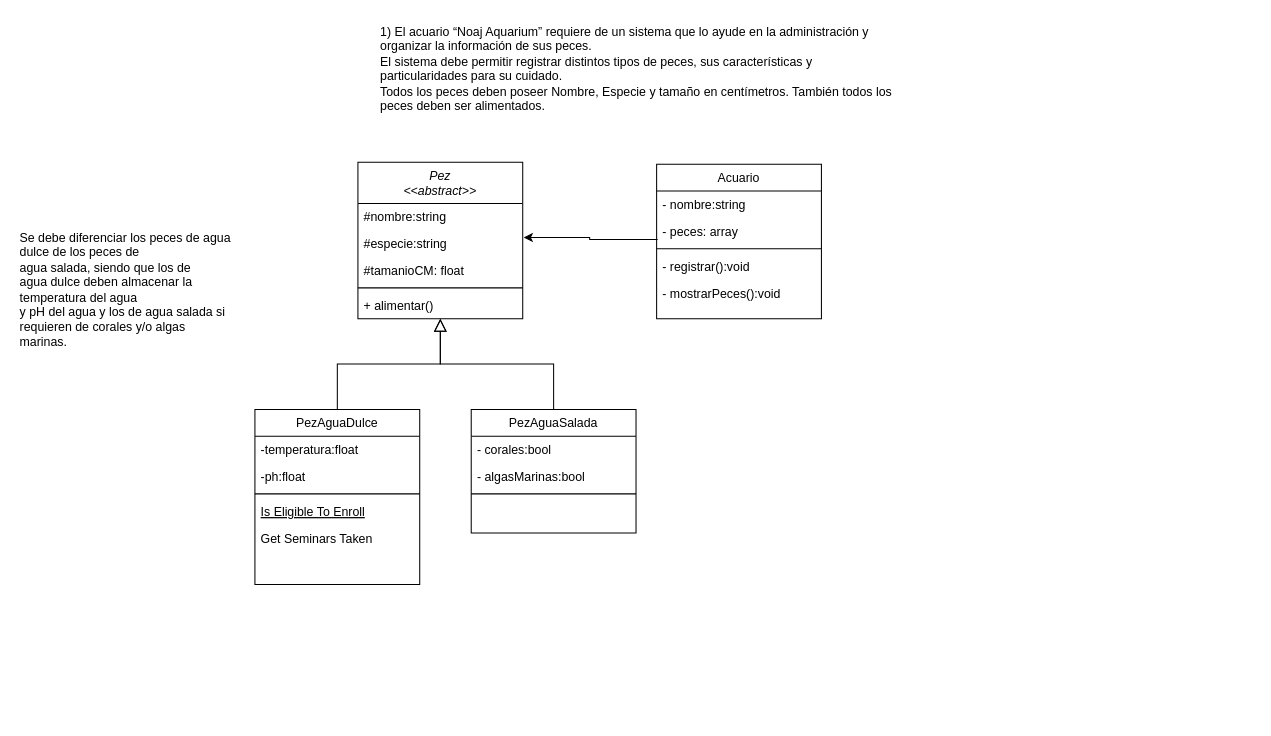
The draw.io diagram DesarrolloOrientadoObjetos/ejerciciosObligatorios6/Acuario.drawio in monick96/PracticeCsharp, before the edit. Source tidied: cells renumbered, new cells numbered last; positions are measured from the earlier drawing's top-left corner, leaving out a move shared by most shapes. Both pictures are drawn from the tidied source at 103%, with x=0, y=0 at pixel (18, 18).
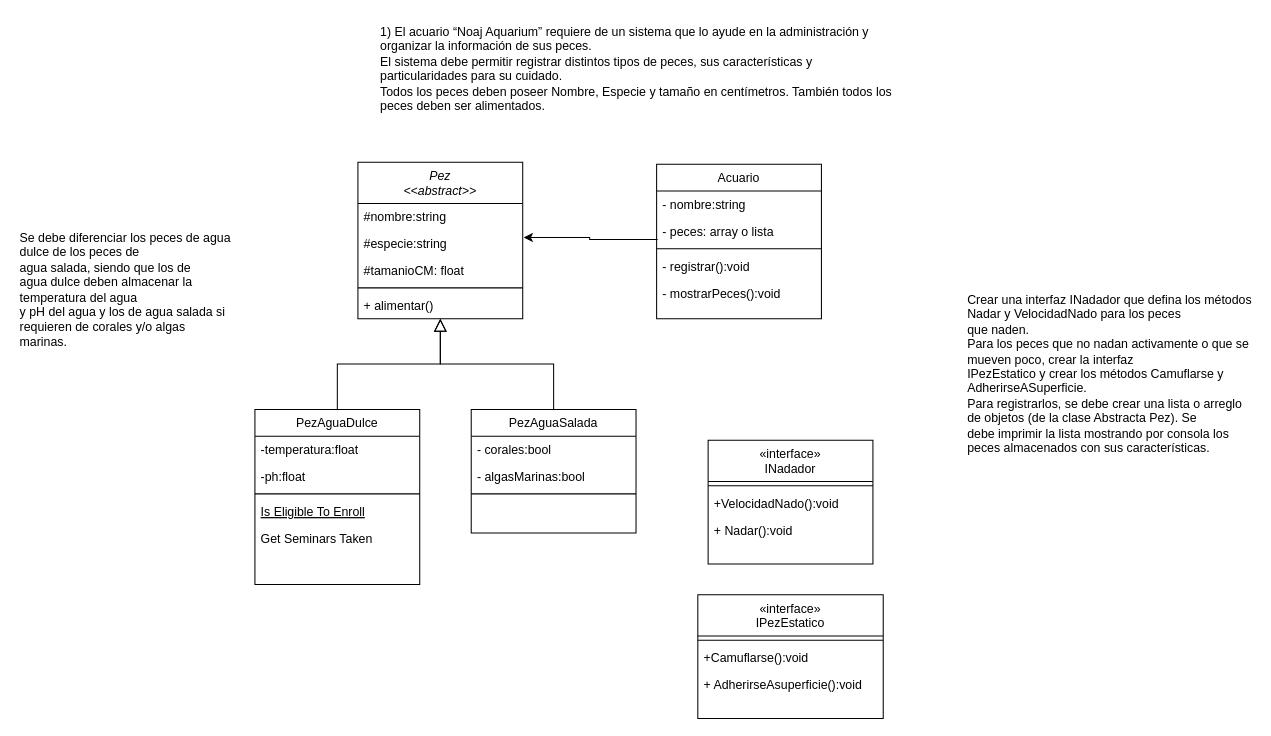
Above is the later version.

The change refers to these unchanged cells:
```xml
<mxCell id="20" value="Acuario" style="swimlane;fontStyle=0;align=center;verticalAlign=top;horizontal=1;startSize=26;rounded=0;shadow=0;strokeWidth=1;" parent="1" vertex="1">
  <mxGeometry x="620" y="142" width="160" height="150" as="geometry" />
</mxCell>
```

What changed in the source:
```diff
@@
-    <mxCell id="22" value="- peces: array" style="text;align=left;verticalAlign=top;spacingLeft=4;spacingRight=4;overflow=hidden;points=[[0,0.5],[1,0.5]];portConstraint=eastwest;rounded=0;shadow=0;html=0;" parent="20" vertex="1">
+    <mxCell id="22" value="- peces: array o lista" style="text;align=left;verticalAlign=top;spacingLeft=4;spacingRight=4;overflow=hidden;points=[[0,0.5],[1,0.5]];portConstraint=eastwest;rounded=0;shadow=0;html=0;" parent="20" vertex="1">
       <mxGeometry y="52" width="160" height="26" as="geometry" />
     </mxCell>
@@
+    <mxCell id="29" value="«interface»&#10;INadador" style="swimlane;fontStyle=0;align=center;verticalAlign=top;horizontal=1;startSize=40;rounded=0;shadow=0;strokeWidth=1;" parent="1" vertex="1">
+      <mxGeometry x="670" y="410" width="160" height="120" as="geometry" />
+    </mxCell>
+    <mxCell id="30" style="line;html=1;strokeWidth=1;align=left;verticalAlign=middle;spacingTop=-1;spacingLeft=3;spacingRight=3;labelPosition=right;" parent="29" vertex="1">
+      <mxGeometry y="40" width="160" height="8" as="geometry" />
+    </mxCell>
+    <mxCell id="31" value="+VelocidadNado():void" style="text;align=left;verticalAlign=top;spacingLeft=4;spacingRight=4;overflow=hidden;" parent="29" vertex="1">
+      <mxGeometry y="48" width="160" height="26" as="geometry" />
+    </mxCell>
+    <mxCell id="32" value="+ Nadar():void" style="text;align=left;verticalAlign=top;spacingLeft=4;spacingRight=4;overflow=hidden;" parent="29" vertex="1">
+      <mxGeometry y="74" width="160" height="26" as="geometry" />
+    </mxCell>
+    <mxCell id="33" value="Crear una interfaz INadador que defina los métodos Nadar y VelocidadNado para los peces&#10;que naden.&#10;Para los peces que no nadan activamente o que se mueven poco, crear la interfaz&#10;IPezEstatico y crear los métodos Camuflarse y AdherirseASuperficie.&#10;Para registrarlos, se debe crear una lista o arreglo de objetos (de la clase Abstracta Pez). Se&#10;debe imprimir la lista mostrando por consola los peces almacenados con sus características." style="text;whiteSpace=wrap;html=1;" parent="1" vertex="1">
+      <mxGeometry x="920" y="260" width="280" height="182" as="geometry" />
+    </mxCell>
+    <mxCell id="34" value="«interface»&#10;IPezEstatico" style="swimlane;fontStyle=0;align=center;verticalAlign=top;horizontal=1;startSize=40;rounded=0;shadow=0;strokeWidth=1;" parent="1" vertex="1">
+      <mxGeometry x="660" y="560" width="180" height="120" as="geometry" />
+    </mxCell>
+    <mxCell id="35" style="line;html=1;strokeWidth=1;align=left;verticalAlign=middle;spacingTop=-1;spacingLeft=3;spacingRight=3;labelPosition=right;" parent="34" vertex="1">
+      <mxGeometry y="40" width="180" height="8" as="geometry" />
+    </mxCell>
+    <mxCell id="36" value="+Camuflarse():void" style="text;align=left;verticalAlign=top;spacingLeft=4;spacingRight=4;overflow=hidden;" parent="34" vertex="1">
+      <mxGeometry y="48" width="180" height="26" as="geometry" />
+    </mxCell>
+    <mxCell id="37" value="+ AdherirseAsuperficie():void" style="text;align=left;verticalAlign=top;spacingLeft=4;spacingRight=4;overflow=hidden;" parent="34" vertex="1">
+      <mxGeometry y="74" width="180" height="26" as="geometry" />
+    </mxCell>
```
